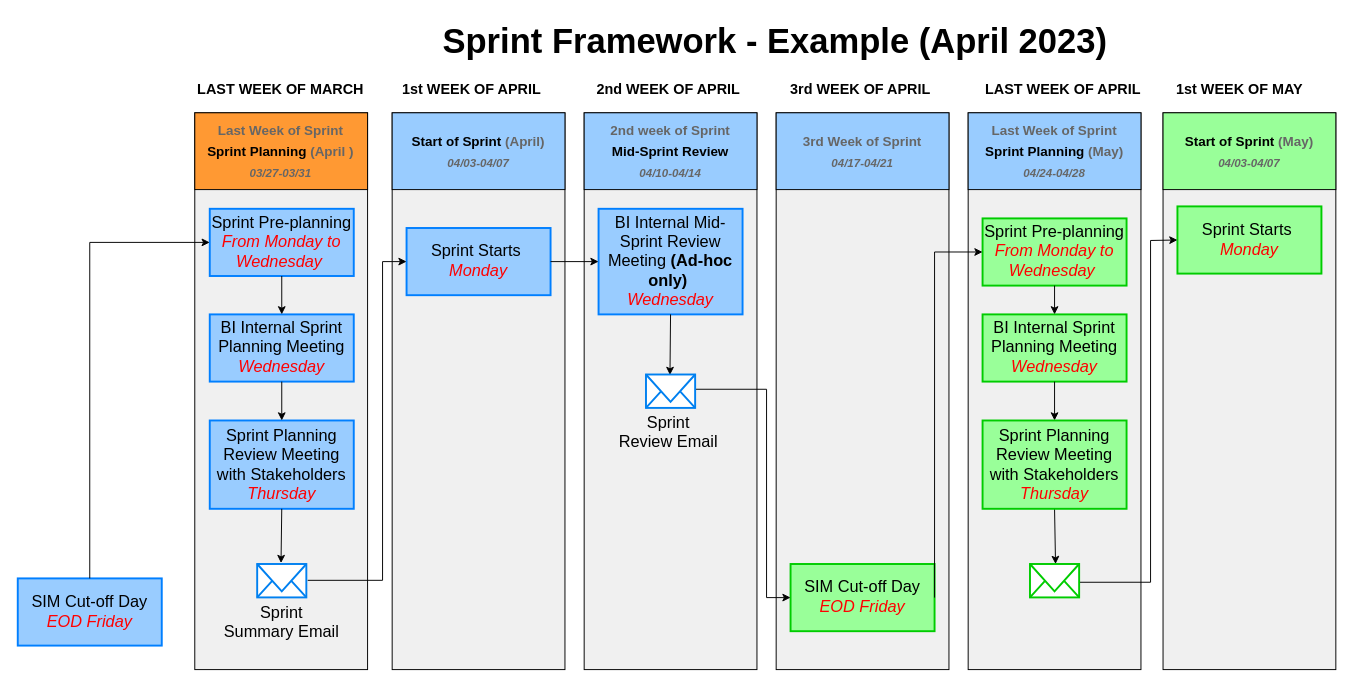
eugenio114/diagrams keeps this draw.io diagram as Sprint Process.drawio. Above is the earlier version. Source tidied: cells renumbered, new cells numbered last; positions are measured from the earlier drawing's top-left corner, leaving out a move shared by most shapes. Both pictures are drawn from the tidied source at 96%, with x=0, y=0 at pixel (17, 16).
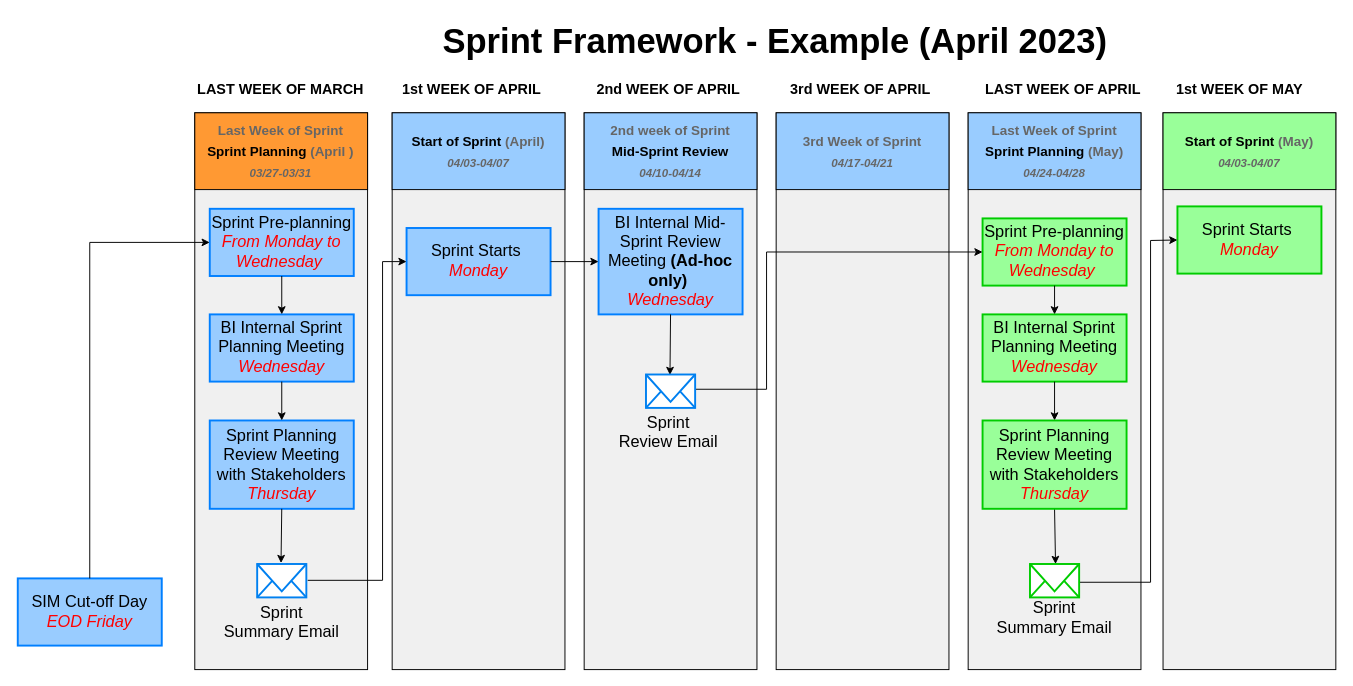
The same diagram, later.

The change refers to these unchanged cells:
```xml
<mxCell id="28" value="&lt;font style=&quot;font-size: 17px;&quot;&gt;Sprint Pre-planning&lt;br&gt;&lt;i style=&quot;--tw-border-spacing-x: 0; --tw-border-spacing-y: 0; --tw-translate-x: 0; --tw-translate-y: 0; --tw-rotate: 0; --tw-skew-x: 0; --tw-skew-y: 0; --tw-scale-x: 1; --tw-scale-y: 1; --tw-pan-x: ; --tw-pan-y: ; --tw-pinch-zoom: ; --tw-scroll-snap-strictness: proximity; --tw-ordinal: ; --tw-slashed-zero: ; --tw-numeric-figure: ; --tw-numeric-spacing: ; --tw-numeric-fraction: ; --tw-ring-inset: ; --tw-ring-offset-width: 0px; --tw-ring-offset-color: #fff; --tw-ring-color: rgb(59 130 246 / 0.5); --tw-ring-offset-shadow: 0 0 #0000; --tw-ring-shadow: 0 0 #0000; --tw-shadow: 0 0 #0000; --tw-shadow-colored: 0 0 #0000; --tw-blur: ; --tw-brightness: ; --tw-contrast: ; --tw-grayscale: ; --tw-hue-rotate: ; --tw-invert: ; --tw-saturate: ; --tw-sepia: ; --tw-drop-shadow: ; --tw-backdrop-blur: ; --tw-backdrop-brightness: ; --tw-backdrop-contrast: ; --tw-backdrop-grayscale: ; --tw-backdrop-hue-rotate: ; --tw-backdrop-invert: ; --tw-backdrop-opacity: ; --tw-backdrop-saturate: ; --tw-backdrop-sepia: ; border-color: var(--border-color); color: rgb(255, 0, 0);&quot;&gt;From Monday to Wednesday&amp;nbsp;&lt;/i&gt;&lt;br&gt;&lt;/font&gt;" style="text;html=1;align=center;verticalAlign=middle;whiteSpace=wrap;rounded=0;strokeColor=#00CC00;strokeWidth=2;fillColor=#99FF99;" parent="1" vertex="1">
  <mxGeometry x="1005" y="210" width="150" height="70" as="geometry" />
</mxCell>
<mxCell id="45" style="html=1;verticalLabelPosition=bottom;align=center;labelBackgroundColor=#ffffff;verticalAlign=top;strokeWidth=2;strokeColor=#0080F0;shadow=0;dashed=0;shape=mxgraph.ios7.icons.mail;" parent="1" vertex="1">
  <mxGeometry x="654.4" y="372.6" width="51.2" height="34.8" as="geometry" />
</mxCell>
```

What changed in the source:
```diff
@@
-    <mxCell id="27" value="&lt;font style=&quot;font-size: 17px;&quot;&gt;SIM Cut-off Day&lt;br&gt;&lt;font color=&quot;#ff0000&quot;&gt;&lt;i&gt;EOD Friday&lt;/i&gt;&lt;/font&gt;&lt;br&gt;&lt;/font&gt;" style="text;html=1;align=center;verticalAlign=middle;whiteSpace=wrap;rounded=0;strokeColor=#00CC00;strokeWidth=2;fillColor=#99FF99;" parent="1" vertex="1">
-      <mxGeometry x="805" y="570" width="150" height="70" as="geometry" />
-    </mxCell>
@@
-    <mxCell id="37" style="endArrow=classic;html=1;rounded=0;entryX=0;entryY=0.5;entryDx=0;entryDy=0;exitX=0.988;exitY=0.442;exitDx=0;exitDy=0;exitPerimeter=0;" parent="1" edge="1" source="45" target="27">
+    <mxCell id="37" style="endArrow=classic;html=1;rounded=0;entryX=0;entryY=0.5;entryDx=0;entryDy=0;exitX=0.988;exitY=0.442;exitDx=0;exitDy=0;exitPerimeter=0;" parent="1" edge="1" source="45" target="28">
       <mxGeometry relative="1" as="geometry">
         <Array as="points">
           <mxPoint x="780" y="388" />
-          <mxPoint x="780" y="605" />
+          <mxPoint x="780" y="245" />
         </Array>
       </mxGeometry>
     </mxCell>
-    <mxCell id="38" style="endArrow=classic;html=1;rounded=0;exitX=1;exitY=0.5;exitDx=0;exitDy=0;entryX=0;entryY=0.5;entryDx=0;entryDy=0;" parent="1" edge="1" source="27" target="28">
-      <mxGeometry relative="1" as="geometry">
-        <Array as="points">
-          <mxPoint x="955" y="245" />
-        </Array>
-      </mxGeometry>
-    </mxCell>
@@
+    <mxCell id="50" value="&lt;span style=&quot;color: rgb(0, 0, 0); font-family: Helvetica; font-size: 17px; font-style: normal; font-variant-ligatures: normal; font-variant-caps: normal; font-weight: 400; letter-spacing: normal; orphans: 2; text-indent: 0px; text-transform: none; widows: 2; word-spacing: 0px; -webkit-text-stroke-width: 0px; text-decoration-thickness: initial; text-decoration-style: initial; text-decoration-color: initial; float: none; display: inline !important;&quot;&gt;Sprint &lt;br&gt;Summary Email&lt;/span&gt;" style="text;whiteSpace=wrap;html=1;align=center;" parent="1" vertex="1">
+      <mxGeometry x="1015" y="600" width="130" height="40" as="geometry" />
+    </mxCell>
```
